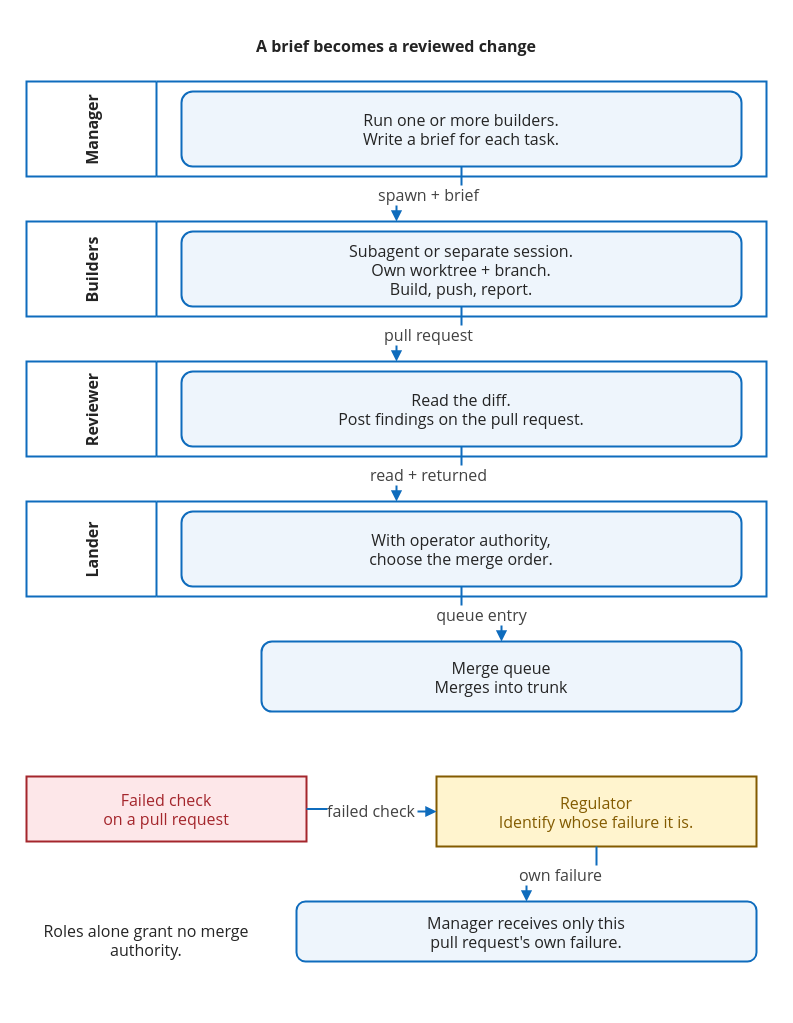
This is page "Desktop" (1 of 2) of docs/assets/diagrams/g04-build-handoffs.drawio from wshallwshall/korus, a draw.io file, before an edit. Source tidied: cells renumbered, new cells numbered last; positions are measured from the earlier drawing's top-left corner, leaving out a move shared by most shapes. Both pictures are drawn from the tidied source at 100%, with x=0, y=0 at pixel (16, 16).
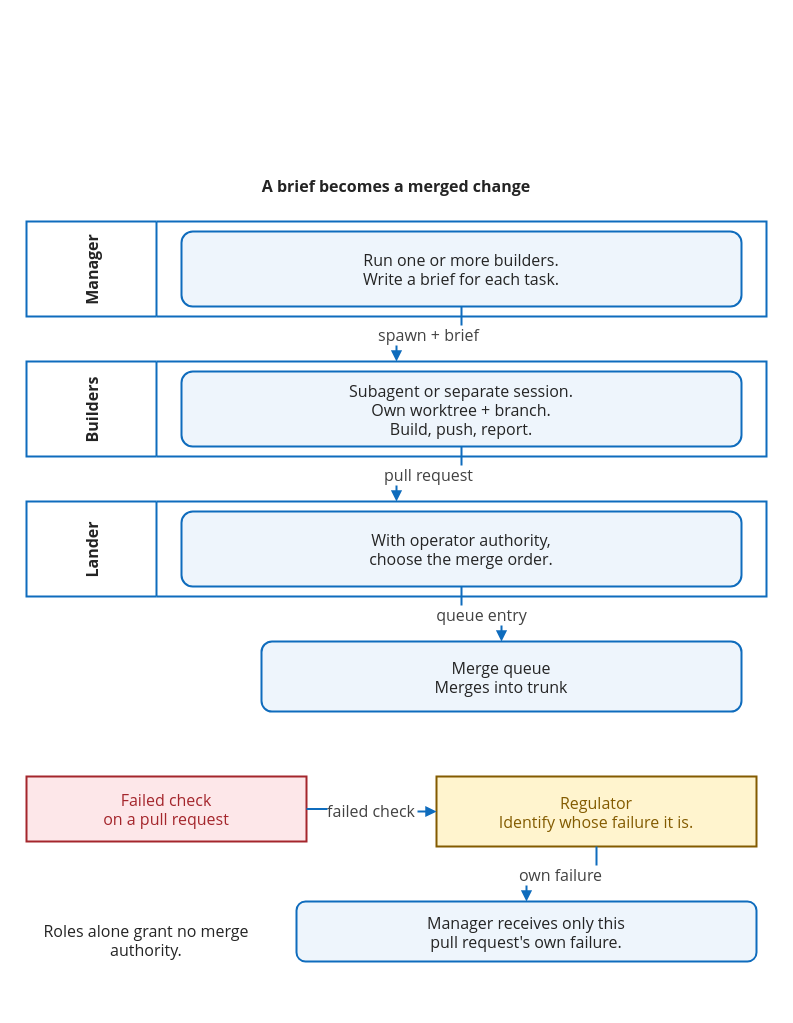
Above is the later version.

Commit message (it also covers changes not shown here):
docs(diagrams): redraw g04-build-handoffs without the retired Reviewer lane (#107)

The change refers to these unchanged cells:
```xml
<mxCell id="7" value="Subagent or separate session.&#10;Own worktree + branch.&#10;Build, push, report." style="html=0;fontFamily=Segoe UI,Arial,sans-serif;fontSize=16;fontColor=#242424;strokeColor=#0f6cbd;strokeWidth=2;fillColor=#eef5fc;spacing=10;rounded=1;fontFamily=Segoe UI,Arial,sans-serif;fontSize=16;" parent="6" vertex="1">
  <mxGeometry x="155" y="10" width="560" height="75" as="geometry" />
</mxCell>
<mxCell id="12" value="Lander" style="html=0;fontFamily=Segoe UI,Arial,sans-serif;fontSize=16;fontColor=#242424;strokeColor=#0f6cbd;strokeWidth=2;fillColor=#eef5fc;spacing=10;swimlane;startSize=130;horizontal=0;fillColor=#ffffff;fontFamily=Segoe UI,Arial,sans-serif;fontSize=16;" parent="1" vertex="1">
  <mxGeometry x="10" y="485" width="740" height="95" as="geometry" />
</mxCell>
```

Diff of the diagram source:
```diff
@@
     <mxCell id="2" style="html=0;fontFamily=Segoe UI,Arial,sans-serif;fontSize=16;fontColor=#242424;strokeColor=#0f6cbd;strokeWidth=2;fillColor=#eef5fc;spacing=10;fillColor=#ffffff;strokeColor=none;fontFamily=Segoe UI,Arial,sans-serif;fontSize=16;" parent="1" vertex="1">
-      <mxGeometry width="760" height="990" as="geometry" />
+      <mxGeometry y="140" width="760" height="850" as="geometry" />
     </mxCell>
-    <mxCell id="3" value="A brief becomes a reviewed change" style="html=0;fontFamily=Segoe UI,Arial,sans-serif;fontSize=16;fontColor=#242424;strokeColor=#0f6cbd;strokeWidth=2;fillColor=#eef5fc;spacing=10;fillColor=none;strokeColor=none;spacing=0;fontStyle=1;fontFamily=Segoe UI,Arial,sans-serif;fontSize=16;" parent="1" vertex="1">
-      <mxGeometry x="10" y="8" width="740" height="42" as="geometry" />
+    <mxCell id="3" value="A brief becomes a merged change" style="html=0;fontFamily=Segoe UI,Arial,sans-serif;fontSize=16;fontColor=#242424;strokeColor=#0f6cbd;strokeWidth=2;fillColor=#eef5fc;spacing=10;fillColor=none;strokeColor=none;spacing=0;fontStyle=1;fontFamily=Segoe UI,Arial,sans-serif;fontSize=16;" parent="1" vertex="1">
+      <mxGeometry x="10" y="148" width="740" height="42" as="geometry" />
     </mxCell>
     <mxCell id="4" value="Manager" style="html=0;fontFamily=Segoe UI,Arial,sans-serif;fontSize=16;fontColor=#242424;strokeColor=#0f6cbd;strokeWidth=2;fillColor=#eef5fc;spacing=10;swimlane;startSize=130;horizontal=0;fillColor=#ffffff;fontFamily=Segoe UI,Arial,sans-serif;fontSize=16;" parent="1" vertex="1">
-      <mxGeometry x="10" y="65" width="740" height="95" as="geometry" />
+      <mxGeometry x="10" y="205" width="740" height="95" as="geometry" />
     </mxCell>
@@
     <mxCell id="6" value="Builders" style="html=0;fontFamily=Segoe UI,Arial,sans-serif;fontSize=16;fontColor=#242424;strokeColor=#0f6cbd;strokeWidth=2;fillColor=#eef5fc;spacing=10;swimlane;startSize=130;horizontal=0;fillColor=#ffffff;fontFamily=Segoe UI,Arial,sans-serif;fontSize=16;" parent="1" vertex="1">
-      <mxGeometry x="10" y="205" width="740" height="95" as="geometry" />
+      <mxGeometry x="10" y="345" width="740" height="95" as="geometry" />
     </mxCell>
@@
-    <mxCell id="9" value="Reviewer" style="html=0;fontFamily=Segoe UI,Arial,sans-serif;fontSize=16;fontColor=#242424;strokeColor=#0f6cbd;strokeWidth=2;fillColor=#eef5fc;spacing=10;swimlane;startSize=130;horizontal=0;fillColor=#ffffff;fontFamily=Segoe UI,Arial,sans-serif;fontSize=16;" parent="1" vertex="1">
-      <mxGeometry x="10" y="345" width="740" height="95" as="geometry" />
-    </mxCell>
-    <mxCell id="10" value="Read the diff.&#10;Post findings on the pull request." style="html=0;fontFamily=Segoe UI,Arial,sans-serif;fontSize=16;fontColor=#242424;strokeColor=#0f6cbd;strokeWidth=2;fillColor=#eef5fc;spacing=10;rounded=1;fontFamily=Segoe UI,Arial,sans-serif;fontSize=16;" parent="9" vertex="1">
-      <mxGeometry x="155" y="10" width="560" height="75" as="geometry" />
-    </mxCell>
-    <mxCell id="11" value="pull request" style="edgeStyle=orthogonalEdgeStyle;rounded=0;html=0;fontFamily=Segoe UI,Arial,sans-serif;fontSize=16;fontColor=#424242;labelBackgroundColor=#ffffff;strokeColor=#0f6cbd;strokeWidth=2;endArrow=block;endFill=1;" parent="1" edge="1" source="7" target="9">
-      <mxGeometry relative="1" as="geometry" />
-    </mxCell>
@@
-    <mxCell id="14" value="read + returned" style="edgeStyle=orthogonalEdgeStyle;rounded=0;html=0;fontFamily=Segoe UI,Arial,sans-serif;fontSize=16;fontColor=#424242;labelBackgroundColor=#ffffff;strokeColor=#0f6cbd;strokeWidth=2;endArrow=block;endFill=1;" parent="1" edge="1" source="10" target="12">
-      <mxGeometry relative="1" as="geometry" />
-    </mxCell>
+    <mxCell id="11" value="pull request" style="edgeStyle=orthogonalEdgeStyle;rounded=0;html=0;fontFamily=Segoe UI,Arial,sans-serif;fontSize=16;fontColor=#424242;labelBackgroundColor=#ffffff;strokeColor=#0f6cbd;strokeWidth=2;endArrow=block;endFill=1;" parent="1" edge="1" source="7" target="12">
+      <mxGeometry relative="1" as="geometry" />
+    </mxCell>
```
